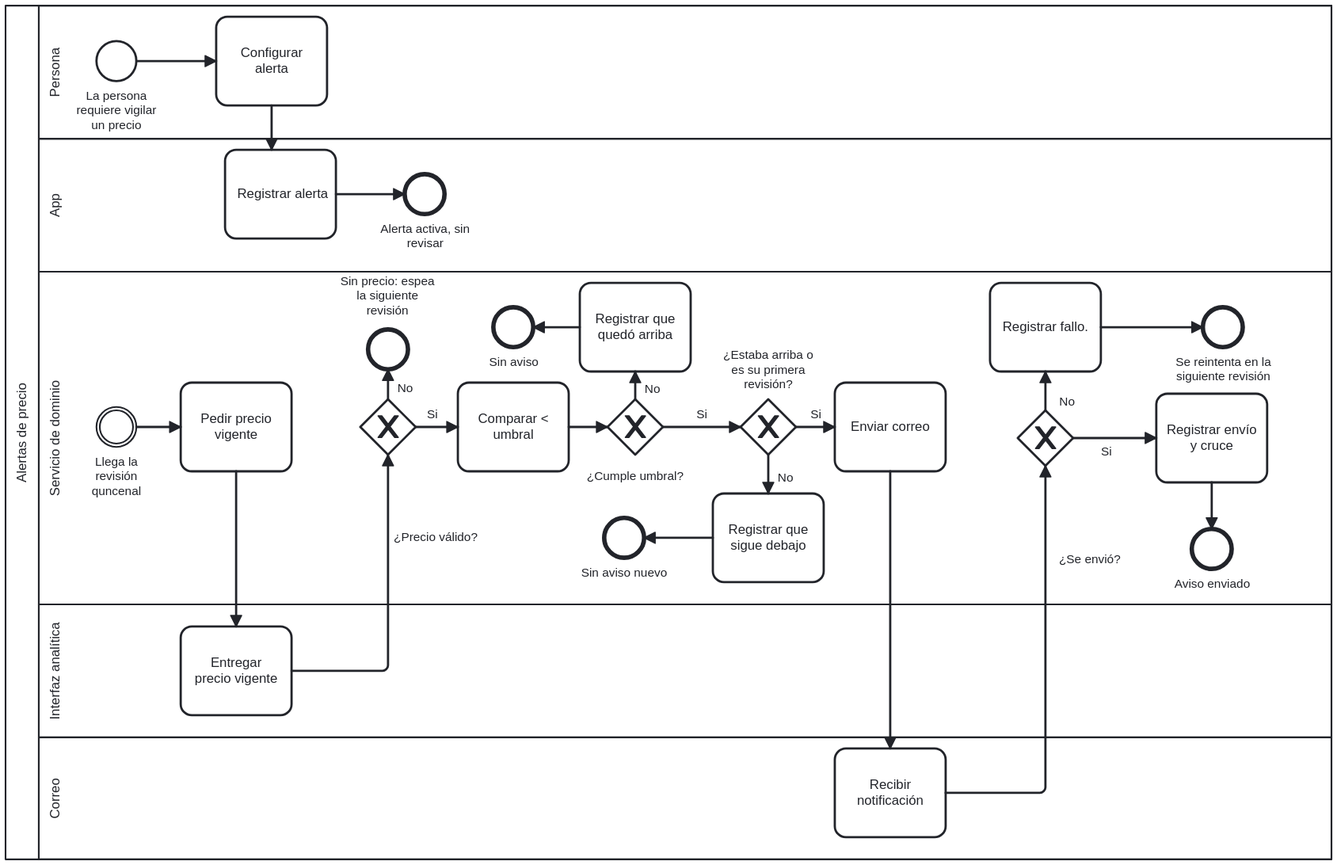
Above: docs/analisis/bpmn/alertas.svg in arik36/canastamx (BPMN), before the change. Its source is kept beside it as docs/analisis/bpmn/alertas.bpmn. Ids are renumbered.
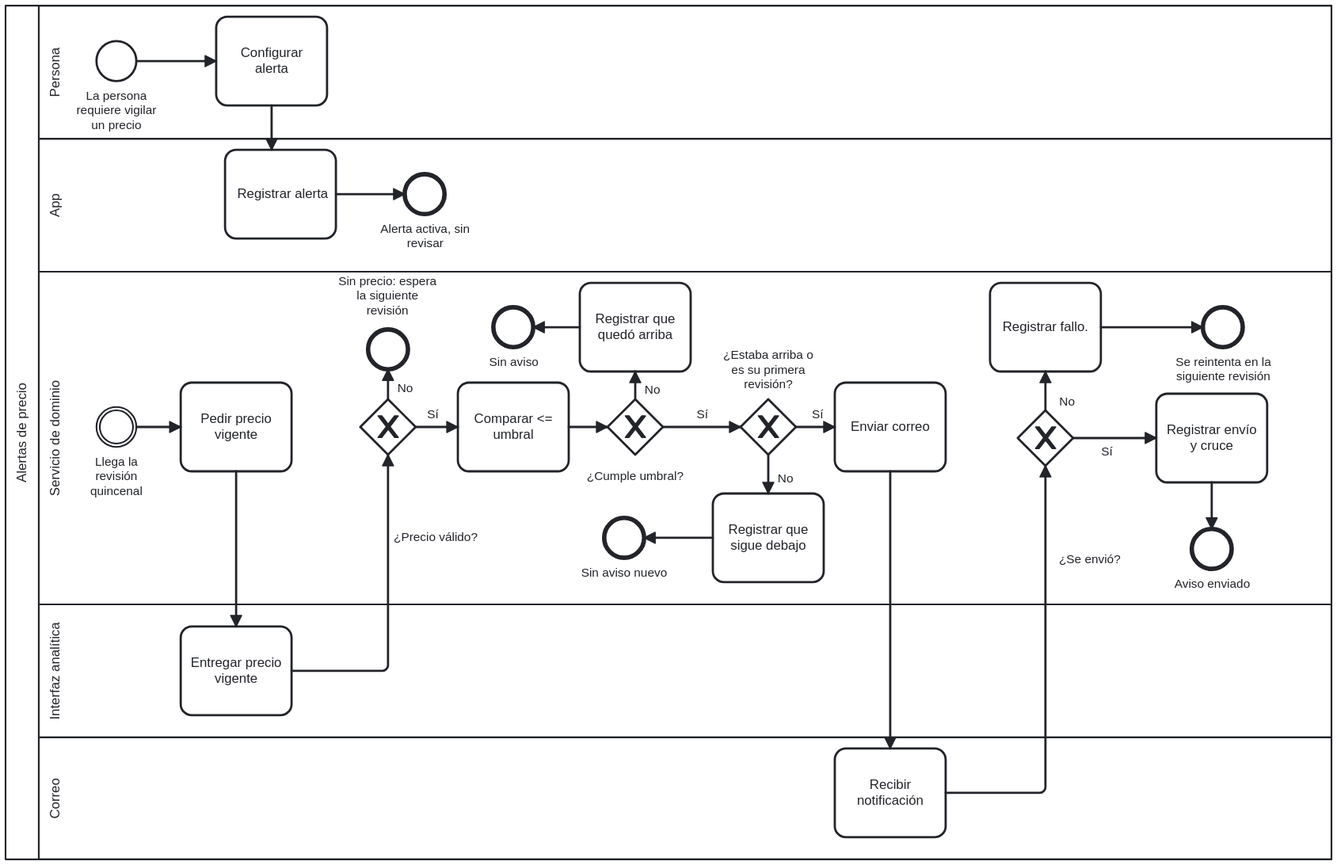
After the change.

Commit message:
docs(analisis): corregir evento de inicio del BPMN de alertas

The edit, as a diff of the source:
```diff
@@ -51,13 +51,13 @@
     <sequenceFlow id="Flow_n39" sourceRef="Event_n11" targetRef="Activity_n12" />
     <sequenceFlow id="Flow_n40" sourceRef="Activity_n12" targetRef="Activity_n30" />
     <sequenceFlow id="Flow_n33" sourceRef="Activity_n30" targetRef="Gateway_n9" />
-    <sequenceFlow id="Flow_n34" name="Si" sourceRef="Gateway_n9" targetRef="Activity_n13" />
+    <sequenceFlow id="Flow_n34" name="Sí" sourceRef="Gateway_n9" targetRef="Activity_n13" />
     <sequenceFlow id="Flow_n35" name="No" sourceRef="Gateway_n9" targetRef="Event_n23" />
     <sequenceFlow id="Flow_n41" sourceRef="Event_n7" targetRef="Activity_n6" />
     <sequenceFlow id="Flow_n42" sourceRef="Activity_n6" targetRef="Activity_n27" />
     <sequenceFlow id="Flow_n43" name="No" sourceRef="Gateway_n19" targetRef="Activity_n25" />
     <sequenceFlow id="Flow_n44" sourceRef="Activity_n32" targetRef="Gateway_n19" />
-    <sequenceFlow id="Flow_n45" name="Si" sourceRef="Gateway_n19" targetRef="Activity_n20" />
+    <sequenceFlow id="Flow_n45" name="Sí" sourceRef="Gateway_n19" targetRef="Activity_n20" />
     <sequenceFlow id="Flow_n46" sourceRef="Activity_n27" targetRef="Event_n28" />
     <startEvent id="Event_n11" name="Llega la revisión quincenal">
       <timerEventDefinition />
@@ -67,12 +67,12 @@
       <incoming>Flow_n39</incoming>
       <outgoing>Flow_n40</outgoing>
     </task>
-    <task id="Activity_n13" name="Comparar &#60; umbral">
+    <task id="Activity_n13" name="Comparar &#60;= umbral">
       <incoming>Flow_n34</incoming>
       <outgoing>Flow_n36</outgoing>
     </task>
     <sequenceFlow id="Flow_n36" sourceRef="Activity_n13" targetRef="Gateway_n10" />
-    <task id="Activity_n30" name="Entregar  precio vigente">
+    <task id="Activity_n30" name="Entregar precio vigente">
       <incoming>Flow_n40</incoming>
       <outgoing>Flow_n33</outgoing>
     </task>
@@ -94,7 +94,7 @@
       <outgoing>Flow_n48</outgoing>
       <outgoing>Flow_n49</outgoing>
     </exclusiveGateway>
-    <sequenceFlow id="Flow_n38" name="Si" sourceRef="Gateway_n10" targetRef="Gateway_n15" />
+    <sequenceFlow id="Flow_n38" name="Sí" sourceRef="Gateway_n10" targetRef="Gateway_n15" />
     <task id="Activity_n16" name="Registrar que sigue debajo">
       <incoming>Flow_n48</incoming>
       <outgoing>Flow_n50</outgoing>
@@ -104,7 +104,7 @@
       <incoming>Flow_n50</incoming>
     </endEvent>
     <sequenceFlow id="Flow_n50" sourceRef="Activity_n16" targetRef="Event_n17" />
-    <sequenceFlow id="Flow_n49" name="Si" sourceRef="Gateway_n15" targetRef="Activity_n18" />
+    <sequenceFlow id="Flow_n49" name="Sí" sourceRef="Gateway_n15" targetRef="Activity_n18" />
     <sequenceFlow id="Flow_n51" sourceRef="Activity_n18" targetRef="Activity_n32" />
     <task id="Activity_n18" name="Enviar correo">
       <incoming>Flow_n49</incoming>
@@ -137,7 +137,7 @@
     <endEvent id="Event_n28" name="Alerta activa, sin revisar">
       <incoming>Flow_n46</incoming>
     </endEvent>
-    <endEvent id="Event_n23" name="Sin precio: espea la siguiente revisión">
+    <endEvent id="Event_n23" name="Sin precio: espera la siguiente revisión">
       <incoming>Flow_n35</incoming>
     </endEvent>
     <endEvent id="Event_n24" name="Sin aviso">
@@ -278,7 +278,7 @@
       <bpmndi:BPMNShape id="Event_n23_di" bpmnElement="Event_n23">
         <omgdc:Bounds x="479" y="342" width="36" height="36" />
         <bpmndi:BPMNLabel>
-          <omgdc:Bounds x="454" y="292" width="85" height="40" />
+          <omgdc:Bounds x="452" y="292" width="89" height="40" />
         </bpmndi:BPMNLabel>
       </bpmndi:BPMNShape>
       <bpmndi:BPMNShape id="Event_n24_di" bpmnElement="Event_n24">
@@ -308,7 +308,7 @@
         <omgdi:waypoint x="522" y="430" />
         <omgdi:waypoint x="560" y="430" />
         <bpmndi:BPMNLabel>
-          <omgdc:Bounds x="532" y="412" width="10" height="14" />
+          <omgdc:Bounds x="532" y="412" width="11" height="14" />
         </bpmndi:BPMNLabel>
       </bpmndi:BPMNEdge>
       <bpmndi:BPMNEdge id="Flow_n35_di" bpmnElement="Flow_n35">
@@ -342,7 +342,7 @@
         <omgdi:waypoint x="1115" y="440" />
         <omgdi:waypoint x="1190" y="440" />
         <bpmndi:BPMNLabel>
-          <omgdc:Bounds x="1140" y="446" width="10" height="14" />
+          <omgdc:Bounds x="1140" y="446" width="11" height="14" />
         </bpmndi:BPMNLabel>
       </bpmndi:BPMNEdge>
       <bpmndi:BPMNEdge id="Flow_n46_di" bpmnElement="Flow_n46">
@@ -368,7 +368,7 @@
         <omgdi:waypoint x="745" y="430" />
         <omgdi:waypoint x="815" y="430" />
         <bpmndi:BPMNLabel>
-          <omgdc:Bounds x="775" y="412" width="10" height="14" />
+          <omgdc:Bounds x="775" y="412" width="11" height="14" />
         </bpmndi:BPMNLabel>
       </bpmndi:BPMNEdge>
       <bpmndi:BPMNEdge id="Flow_n48_di" bpmnElement="Flow_n48">
@@ -386,7 +386,7 @@
         <omgdi:waypoint x="865" y="430" />
         <omgdi:waypoint x="900" y="430" />
         <bpmndi:BPMNLabel>
-          <omgdc:Bounds x="878" y="412" width="10" height="14" />
+          <omgdc:Bounds x="879" y="412" width="11" height="14" />
         </bpmndi:BPMNLabel>
       </bpmndi:BPMNEdge>
       <bpmndi:BPMNEdge id="Flow_n51_di" bpmnElement="Flow_n51">
```
